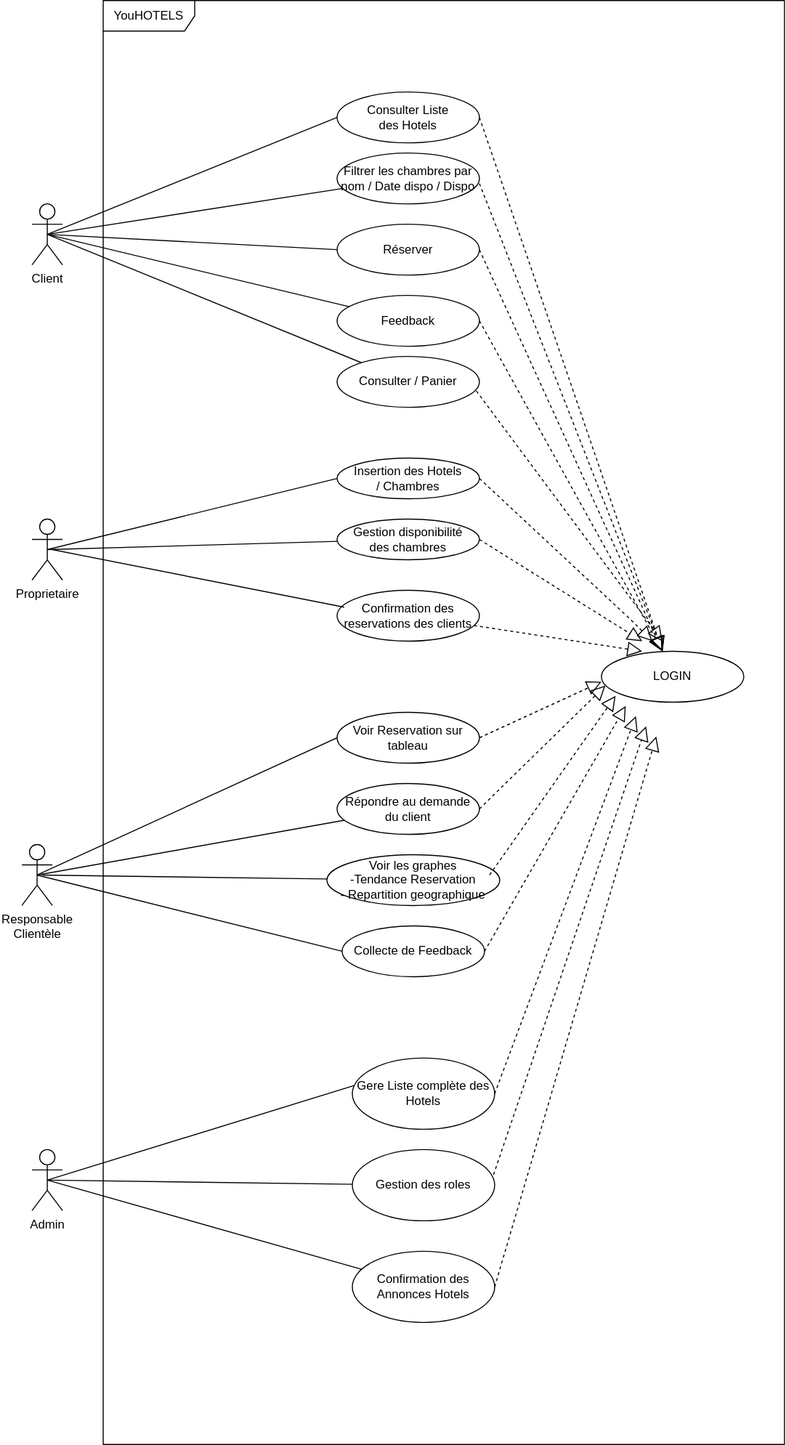
AllaouiJihad/youbooking keeps this draw.io diagram as conception/USECASE.drawio.svg. Above is the earlier version. Source tidied: cells renumbered, new cells last; positions are measured from the earlier drawing's top-left corner, leaving out a move shared by most shapes. The source it was exported from:
```xml
<mxGraphModel>
  <root>
    <mxCell id="0" />
    <mxCell id="1" parent="0" />
    <mxCell id="2" value="YouHOTELS" style="shape=umlFrame;whiteSpace=wrap;html=1;width=90;height=30;" parent="1" vertex="1">
      <mxGeometry x="80" width="670" height="1420" as="geometry" />
    </mxCell>
    <mxCell id="3" value="Client" style="shape=umlActor;verticalLabelPosition=bottom;verticalAlign=top;html=1;" parent="1" vertex="1">
      <mxGeometry x="10" y="200" width="30" height="60" as="geometry" />
    </mxCell>
    <mxCell id="4" value="Consulter Liste&lt;br&gt;des Hotels" style="ellipse;whiteSpace=wrap;html=1;" parent="1" vertex="1">
      <mxGeometry x="310" y="90" width="140" height="50" as="geometry" />
    </mxCell>
    <mxCell id="5" value="Filtrer les chambres par nom / Date dispo / Dispo" style="ellipse;whiteSpace=wrap;html=1;" parent="1" vertex="1">
      <mxGeometry x="310" y="150" width="140" height="50" as="geometry" />
    </mxCell>
    <mxCell id="6" value="Réserver" style="ellipse;whiteSpace=wrap;html=1;" parent="1" vertex="1">
      <mxGeometry x="310" y="220" width="140" height="50" as="geometry" />
    </mxCell>
    <mxCell id="7" value="Feedback" style="ellipse;whiteSpace=wrap;html=1;" parent="1" vertex="1">
      <mxGeometry x="310" y="290" width="140" height="50" as="geometry" />
    </mxCell>
    <mxCell id="8" value="Consulter / Panier" style="ellipse;whiteSpace=wrap;html=1;" parent="1" vertex="1">
      <mxGeometry x="310" y="350" width="140" height="50" as="geometry" />
    </mxCell>
    <mxCell id="9" value="LOGIN" style="ellipse;whiteSpace=wrap;html=1;" parent="1" vertex="1">
      <mxGeometry x="570" y="640" width="140" height="50" as="geometry" />
    </mxCell>
    <mxCell id="10" value="Proprietaire" style="shape=umlActor;verticalLabelPosition=bottom;verticalAlign=top;html=1;" parent="1" vertex="1">
      <mxGeometry x="10" y="510" width="30" height="60" as="geometry" />
    </mxCell>
    <mxCell id="11" value="Insertion des Hotels&lt;br&gt;/ Chambres" style="ellipse;whiteSpace=wrap;html=1;" parent="1" vertex="1">
      <mxGeometry x="310" y="450" width="140" height="40" as="geometry" />
    </mxCell>
    <mxCell id="12" value="Gestion disponibilité&lt;br&gt;des chambres" style="ellipse;whiteSpace=wrap;html=1;" parent="1" vertex="1">
      <mxGeometry x="310" y="510" width="140" height="40" as="geometry" />
    </mxCell>
    <mxCell id="13" value="Confirmation des reservations des clients" style="ellipse;whiteSpace=wrap;html=1;" parent="1" vertex="1">
      <mxGeometry x="310" y="580" width="140" height="50" as="geometry" />
    </mxCell>
    <mxCell id="14" value="Voir Reservation sur tableau" style="ellipse;whiteSpace=wrap;html=1;" parent="1" vertex="1">
      <mxGeometry x="310" y="700" width="140" height="50" as="geometry" />
    </mxCell>
    <mxCell id="15" value="Répondre au demande du client" style="ellipse;whiteSpace=wrap;html=1;" parent="1" vertex="1">
      <mxGeometry x="310" y="770" width="140" height="50" as="geometry" />
    </mxCell>
    <mxCell id="16" value="Responsable&amp;nbsp;&lt;br&gt;Clientèle" style="shape=umlActor;verticalLabelPosition=bottom;verticalAlign=top;html=1;" parent="1" vertex="1">
      <mxGeometry y="830" width="30" height="60" as="geometry" />
    </mxCell>
    <mxCell id="17" value="Voir les graphes&lt;br&gt;-Tendance Reservation&lt;br&gt;- Repartition geographique" style="ellipse;whiteSpace=wrap;html=1;" parent="1" vertex="1">
      <mxGeometry x="300" y="840" width="170" height="50" as="geometry" />
    </mxCell>
    <mxCell id="18" value="Collecte de Feedback" style="ellipse;whiteSpace=wrap;html=1;" parent="1" vertex="1">
      <mxGeometry x="315" y="910" width="140" height="50" as="geometry" />
    </mxCell>
    <mxCell id="19" value="Admin" style="shape=umlActor;verticalLabelPosition=bottom;verticalAlign=top;html=1;" parent="1" vertex="1">
      <mxGeometry x="10" y="1130" width="30" height="60" as="geometry" />
    </mxCell>
    <mxCell id="20" value="Gere Liste complète des Hotels" style="ellipse;whiteSpace=wrap;html=1;" parent="1" vertex="1">
      <mxGeometry x="325" y="1040" width="140" height="70" as="geometry" />
    </mxCell>
    <mxCell id="21" value="Gestion des roles" style="ellipse;whiteSpace=wrap;html=1;" parent="1" vertex="1">
      <mxGeometry x="325" y="1130" width="140" height="70" as="geometry" />
    </mxCell>
    <mxCell id="22" value="Confirmation des Annonces Hotels" style="ellipse;whiteSpace=wrap;html=1;" parent="1" vertex="1">
      <mxGeometry x="325" y="1230" width="140" height="70" as="geometry" />
    </mxCell>
    <mxCell id="23" style="endArrow=none;html=1;exitX=0.5;exitY=0.5;exitDx=0;exitDy=0;exitPerimeter=0;entryX=0.01;entryY=0.388;entryDx=0;entryDy=0;entryPerimeter=0;" parent="1" edge="1" source="19" target="20">
      <mxGeometry relative="1" as="geometry" />
    </mxCell>
    <mxCell id="24" style="endArrow=none;html=1;exitX=0.5;exitY=0.5;exitDx=0;exitDy=0;exitPerimeter=0;" parent="1" edge="1" source="19" target="21">
      <mxGeometry relative="1" as="geometry" />
    </mxCell>
    <mxCell id="25" style="endArrow=none;html=1;exitX=0.5;exitY=0.5;exitDx=0;exitDy=0;exitPerimeter=0;" parent="1" edge="1" source="19" target="22">
      <mxGeometry relative="1" as="geometry" />
    </mxCell>
    <mxCell id="26" style="endArrow=none;html=1;exitX=0.5;exitY=0.5;exitDx=0;exitDy=0;exitPerimeter=0;entryX=0;entryY=0.5;entryDx=0;entryDy=0;" parent="1" edge="1" source="16" target="14">
      <mxGeometry relative="1" as="geometry" />
    </mxCell>
    <mxCell id="27" style="endArrow=none;html=1;exitX=0.5;exitY=0.5;exitDx=0;exitDy=0;exitPerimeter=0;" parent="1" edge="1" source="16" target="15">
      <mxGeometry relative="1" as="geometry" />
    </mxCell>
    <mxCell id="28" style="endArrow=none;html=1;" parent="1" edge="1" target="17">
      <mxGeometry relative="1" as="geometry">
        <mxPoint x="20" y="860" as="sourcePoint" />
      </mxGeometry>
    </mxCell>
    <mxCell id="29" style="endArrow=none;html=1;entryX=0;entryY=0.5;entryDx=0;entryDy=0;exitX=0.5;exitY=0.5;exitDx=0;exitDy=0;exitPerimeter=0;" parent="1" edge="1" source="16" target="18">
      <mxGeometry relative="1" as="geometry" />
    </mxCell>
    <mxCell id="30" style="endArrow=none;html=1;entryX=0;entryY=0.5;entryDx=0;entryDy=0;exitX=0.5;exitY=0.5;exitDx=0;exitDy=0;exitPerimeter=0;" parent="1" edge="1" source="10" target="11">
      <mxGeometry relative="1" as="geometry" />
    </mxCell>
    <mxCell id="31" style="endArrow=none;html=1;exitX=0.5;exitY=0.5;exitDx=0;exitDy=0;exitPerimeter=0;" parent="1" edge="1" source="10" target="12">
      <mxGeometry relative="1" as="geometry" />
    </mxCell>
    <mxCell id="32" style="endArrow=none;html=1;entryX=0.05;entryY=0.332;entryDx=0;entryDy=0;entryPerimeter=0;" parent="1" edge="1" target="13">
      <mxGeometry relative="1" as="geometry">
        <mxPoint x="30" y="540" as="sourcePoint" />
      </mxGeometry>
    </mxCell>
    <mxCell id="33" style="endArrow=none;html=1;entryX=0;entryY=0.5;entryDx=0;entryDy=0;exitX=0.5;exitY=0.5;exitDx=0;exitDy=0;exitPerimeter=0;" parent="1" edge="1" source="3" target="4">
      <mxGeometry relative="1" as="geometry" />
    </mxCell>
    <mxCell id="34" style="endArrow=none;html=1;exitX=0.5;exitY=0.5;exitDx=0;exitDy=0;exitPerimeter=0;" parent="1" edge="1" source="3" target="5">
      <mxGeometry relative="1" as="geometry" />
    </mxCell>
    <mxCell id="35" style="endArrow=none;html=1;exitX=0.5;exitY=0.5;exitDx=0;exitDy=0;exitPerimeter=0;entryX=0;entryY=0.5;entryDx=0;entryDy=0;" parent="1" edge="1" source="3" target="6">
      <mxGeometry relative="1" as="geometry" />
    </mxCell>
    <mxCell id="36" style="endArrow=none;html=1;exitX=0.5;exitY=0.5;exitDx=0;exitDy=0;exitPerimeter=0;" parent="1" edge="1" source="3" target="7">
      <mxGeometry relative="1" as="geometry" />
    </mxCell>
    <mxCell id="37" style="endArrow=none;html=1;exitX=0.5;exitY=0.5;exitDx=0;exitDy=0;exitPerimeter=0;" parent="1" edge="1" source="3" target="8">
      <mxGeometry relative="1" as="geometry" />
    </mxCell>
    <mxCell id="38" style="endArrow=block;dashed=1;endFill=0;endSize=12;html=1;exitX=1;exitY=0.5;exitDx=0;exitDy=0;entryX=0.429;entryY=0;entryDx=0;entryDy=0;entryPerimeter=0;" parent="1" edge="1" source="4" target="9">
      <mxGeometry relative="1" as="geometry" />
    </mxCell>
    <mxCell id="39" style="endArrow=block;dashed=1;endFill=0;endSize=12;html=1;exitX=1;exitY=0.5;exitDx=0;exitDy=0;" parent="1" edge="1" target="9">
      <mxGeometry relative="1" as="geometry">
        <mxPoint x="450" y="180" as="sourcePoint" />
      </mxGeometry>
    </mxCell>
    <mxCell id="40" style="endArrow=block;dashed=1;endFill=0;endSize=12;html=1;exitX=1;exitY=0.5;exitDx=0;exitDy=0;" parent="1" edge="1" source="6">
      <mxGeometry relative="1" as="geometry">
        <mxPoint x="630" y="640" as="targetPoint" />
      </mxGeometry>
    </mxCell>
    <mxCell id="41" style="endArrow=block;dashed=1;endFill=0;endSize=12;html=1;exitX=1;exitY=0.5;exitDx=0;exitDy=0;" parent="1" edge="1" source="7">
      <mxGeometry relative="1" as="geometry">
        <mxPoint x="630" y="640" as="targetPoint" />
      </mxGeometry>
    </mxCell>
    <mxCell id="42" style="endArrow=block;dashed=1;endFill=0;endSize=12;html=1;" parent="1" edge="1">
      <mxGeometry relative="1" as="geometry">
        <mxPoint x="447" y="384" as="sourcePoint" />
        <mxPoint x="630" y="630" as="targetPoint" />
      </mxGeometry>
    </mxCell>
    <mxCell id="43" style="endArrow=block;dashed=1;endFill=0;endSize=12;html=1;exitX=1;exitY=0.5;exitDx=0;exitDy=0;" parent="1" edge="1" source="11">
      <mxGeometry relative="1" as="geometry">
        <mxPoint x="620" y="630" as="targetPoint" />
        <Array as="points">
          <mxPoint x="600" y="610" />
        </Array>
      </mxGeometry>
    </mxCell>
    <mxCell id="44" style="endArrow=block;dashed=1;endFill=0;endSize=12;html=1;exitX=1;exitY=0.5;exitDx=0;exitDy=0;" parent="1" edge="1">
      <mxGeometry relative="1" as="geometry">
        <mxPoint x="450" y="530" as="sourcePoint" />
        <mxPoint x="610" y="630" as="targetPoint" />
      </mxGeometry>
    </mxCell>
    <mxCell id="45" style="endArrow=block;dashed=1;endFill=0;endSize=12;html=1;" parent="1" edge="1" source="13">
      <mxGeometry relative="1" as="geometry">
        <mxPoint x="610" y="640" as="targetPoint" />
      </mxGeometry>
    </mxCell>
    <mxCell id="46" style="endArrow=block;dashed=1;endFill=0;endSize=12;html=1;exitX=1;exitY=0.5;exitDx=0;exitDy=0;entryX=0;entryY=0.6;entryDx=0;entryDy=0;entryPerimeter=0;" parent="1" edge="1" source="14" target="9">
      <mxGeometry relative="1" as="geometry" />
    </mxCell>
    <mxCell id="47" style="endArrow=block;dashed=1;endFill=0;endSize=12;html=1;exitX=1;exitY=0.5;exitDx=0;exitDy=0;entryX=0.028;entryY=0.675;entryDx=0;entryDy=0;entryPerimeter=0;" parent="1" edge="1" source="15" target="9">
      <mxGeometry relative="1" as="geometry" />
    </mxCell>
    <mxCell id="48" style="endArrow=block;dashed=1;endFill=0;endSize=12;html=1;exitX=0.941;exitY=0.4;exitDx=0;exitDy=0;entryX=0.028;entryY=0.675;entryDx=0;entryDy=0;entryPerimeter=0;exitPerimeter=0;" parent="1" edge="1" source="17">
      <mxGeometry relative="1" as="geometry">
        <mxPoint x="583.9" y="683.8" as="targetPoint" />
      </mxGeometry>
    </mxCell>
    <mxCell id="49" style="endArrow=block;dashed=1;endFill=0;endSize=12;html=1;exitX=1;exitY=0.5;exitDx=0;exitDy=0;entryX=0.028;entryY=0.675;entryDx=0;entryDy=0;entryPerimeter=0;" parent="1" edge="1" source="18">
      <mxGeometry relative="1" as="geometry">
        <mxPoint x="593.9" y="693.8" as="targetPoint" />
      </mxGeometry>
    </mxCell>
    <mxCell id="50" style="endArrow=block;dashed=1;endFill=0;endSize=12;html=1;exitX=1;exitY=0.5;exitDx=0;exitDy=0;entryX=0.028;entryY=0.675;entryDx=0;entryDy=0;entryPerimeter=0;" parent="1" edge="1" source="20">
      <mxGeometry relative="1" as="geometry">
        <mxPoint x="603.9" y="703.8" as="targetPoint" />
      </mxGeometry>
    </mxCell>
    <mxCell id="51" style="endArrow=block;dashed=1;endFill=0;endSize=12;html=1;exitX=0.992;exitY=0.353;exitDx=0;exitDy=0;entryX=0.028;entryY=0.675;entryDx=0;entryDy=0;entryPerimeter=0;exitPerimeter=0;" parent="1" edge="1" source="21">
      <mxGeometry relative="1" as="geometry">
        <mxPoint x="613.9" y="713.8" as="targetPoint" />
      </mxGeometry>
    </mxCell>
    <mxCell id="52" style="endArrow=block;dashed=1;endFill=0;endSize=12;html=1;exitX=1;exitY=0.5;exitDx=0;exitDy=0;entryX=0.028;entryY=0.675;entryDx=0;entryDy=0;entryPerimeter=0;" parent="1" edge="1" source="22">
      <mxGeometry relative="1" as="geometry">
        <mxPoint x="623.9" y="723.8" as="targetPoint" />
      </mxGeometry>
    </mxCell>
  </root>
</mxGraphModel>
```
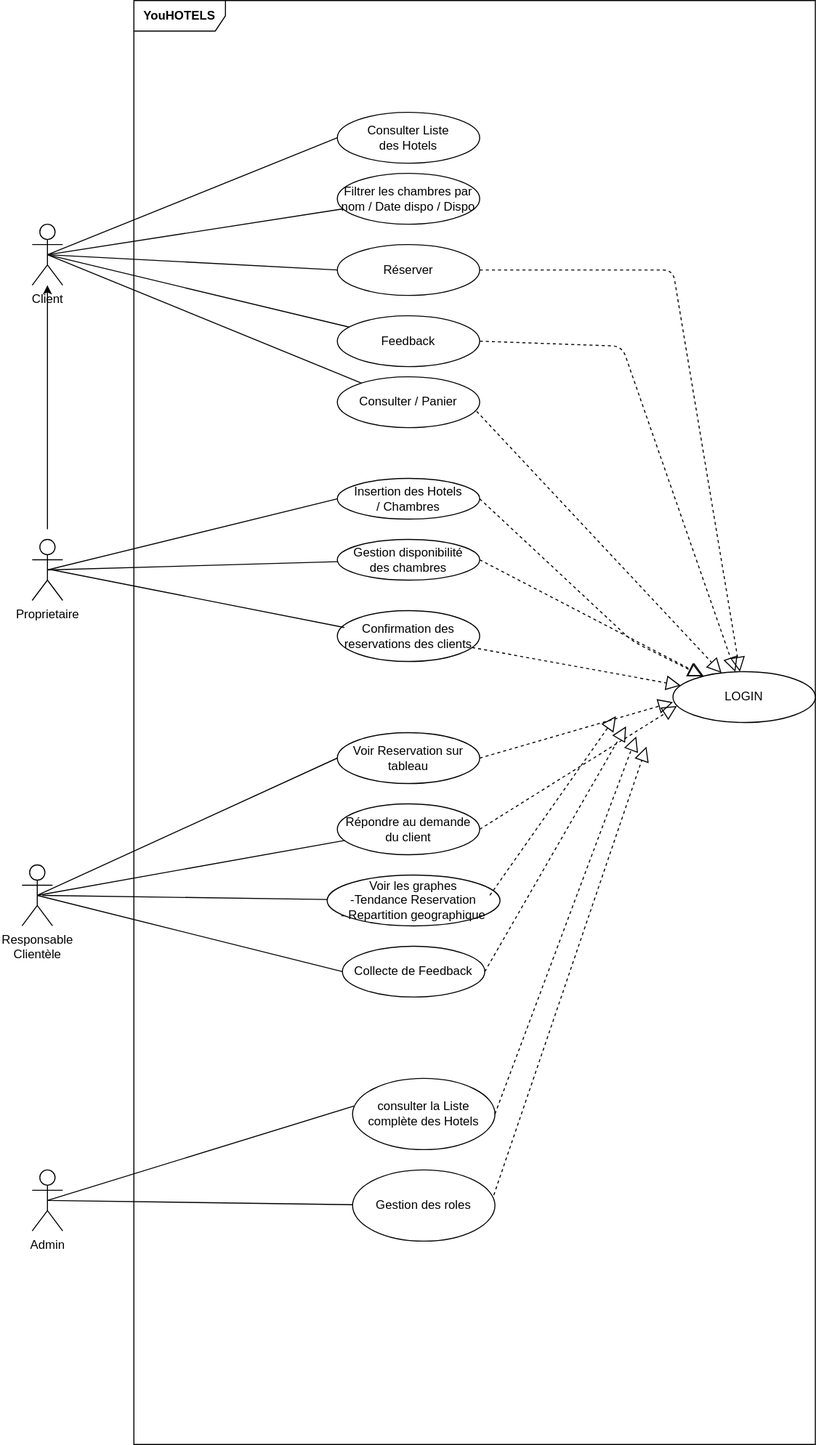
After the change.

Diff of the diagram source:
```diff
@@ -2,8 +2,8 @@
   <root>
     <mxCell id="0" />
     <mxCell id="1" parent="0" />
-    <mxCell id="2" value="YouHOTELS" style="shape=umlFrame;whiteSpace=wrap;html=1;width=90;height=30;" parent="1" vertex="1">
-      <mxGeometry x="80" width="670" height="1420" as="geometry" />
+    <mxCell id="2" value="YouHOTELS" style="shape=umlFrame;whiteSpace=wrap;html=1;width=90;height=30;fontStyle=1;" parent="1" vertex="1">
+      <mxGeometry x="110" y="-20" width="670" height="1420" as="geometry" />
     </mxCell>
     <mxCell id="3" value="Client" style="shape=umlActor;verticalLabelPosition=bottom;verticalAlign=top;html=1;" parent="1" vertex="1">
       <mxGeometry x="10" y="200" width="30" height="60" as="geometry" />
@@ -24,7 +24,7 @@
       <mxGeometry x="310" y="350" width="140" height="50" as="geometry" />
     </mxCell>
     <mxCell id="9" value="LOGIN" style="ellipse;whiteSpace=wrap;html=1;" parent="1" vertex="1">
-      <mxGeometry x="570" y="640" width="140" height="50" as="geometry" />
+      <mxGeometry x="640" y="640" width="140" height="50" as="geometry" />
     </mxCell>
     <mxCell id="10" value="Proprietaire" style="shape=umlActor;verticalLabelPosition=bottom;verticalAlign=top;html=1;" parent="1" vertex="1">
       <mxGeometry x="10" y="510" width="30" height="60" as="geometry" />
@@ -56,24 +56,18 @@
     <mxCell id="19" value="Admin" style="shape=umlActor;verticalLabelPosition=bottom;verticalAlign=top;html=1;" parent="1" vertex="1">
       <mxGeometry x="10" y="1130" width="30" height="60" as="geometry" />
     </mxCell>
-    <mxCell id="20" value="Gere Liste complète des Hotels" style="ellipse;whiteSpace=wrap;html=1;" parent="1" vertex="1">
+    <mxCell id="20" value="consulter la Liste complète des Hotels" style="ellipse;whiteSpace=wrap;html=1;" parent="1" vertex="1">
       <mxGeometry x="325" y="1040" width="140" height="70" as="geometry" />
     </mxCell>
     <mxCell id="21" value="Gestion des roles" style="ellipse;whiteSpace=wrap;html=1;" parent="1" vertex="1">
       <mxGeometry x="325" y="1130" width="140" height="70" as="geometry" />
     </mxCell>
-    <mxCell id="22" value="Confirmation des Annonces Hotels" style="ellipse;whiteSpace=wrap;html=1;" parent="1" vertex="1">
-      <mxGeometry x="325" y="1230" width="140" height="70" as="geometry" />
-    </mxCell>
     <mxCell id="23" style="endArrow=none;html=1;exitX=0.5;exitY=0.5;exitDx=0;exitDy=0;exitPerimeter=0;entryX=0.01;entryY=0.388;entryDx=0;entryDy=0;entryPerimeter=0;" parent="1" edge="1" source="19" target="20">
       <mxGeometry relative="1" as="geometry" />
     </mxCell>
     <mxCell id="24" style="endArrow=none;html=1;exitX=0.5;exitY=0.5;exitDx=0;exitDy=0;exitPerimeter=0;" parent="1" edge="1" source="19" target="21">
       <mxGeometry relative="1" as="geometry" />
     </mxCell>
-    <mxCell id="25" style="endArrow=none;html=1;exitX=0.5;exitY=0.5;exitDx=0;exitDy=0;exitPerimeter=0;" parent="1" edge="1" source="19" target="22">
-      <mxGeometry relative="1" as="geometry" />
-    </mxCell>
     <mxCell id="26" style="endArrow=none;html=1;exitX=0.5;exitY=0.5;exitDx=0;exitDy=0;exitPerimeter=0;entryX=0;entryY=0.5;entryDx=0;entryDy=0;" parent="1" edge="1" source="16" target="14">
       <mxGeometry relative="1" as="geometry" />
     </mxCell>
@@ -114,48 +108,39 @@
     <mxCell id="37" style="endArrow=none;html=1;exitX=0.5;exitY=0.5;exitDx=0;exitDy=0;exitPerimeter=0;" parent="1" edge="1" source="3" target="8">
       <mxGeometry relative="1" as="geometry" />
     </mxCell>
-    <mxCell id="38" style="endArrow=block;dashed=1;endFill=0;endSize=12;html=1;exitX=1;exitY=0.5;exitDx=0;exitDy=0;entryX=0.429;entryY=0;entryDx=0;entryDy=0;entryPerimeter=0;" parent="1" edge="1" source="4" target="9">
-      <mxGeometry relative="1" as="geometry" />
-    </mxCell>
-    <mxCell id="39" style="endArrow=block;dashed=1;endFill=0;endSize=12;html=1;exitX=1;exitY=0.5;exitDx=0;exitDy=0;" parent="1" edge="1" target="9">
-      <mxGeometry relative="1" as="geometry">
-        <mxPoint x="450" y="180" as="sourcePoint" />
-      </mxGeometry>
-    </mxCell>
-    <mxCell id="40" style="endArrow=block;dashed=1;endFill=0;endSize=12;html=1;exitX=1;exitY=0.5;exitDx=0;exitDy=0;" parent="1" edge="1" source="6">
+    <mxCell id="40" style="endArrow=block;dashed=1;endFill=0;endSize=12;html=1;exitX=1;exitY=0.5;exitDx=0;exitDy=0;" parent="1" edge="1" source="6" target="9">
       <mxGeometry relative="1" as="geometry">
-        <mxPoint x="630" y="640" as="targetPoint" />
+        <Array as="points">
+          <mxPoint x="640" y="245" />
+        </Array>
       </mxGeometry>
     </mxCell>
-    <mxCell id="41" style="endArrow=block;dashed=1;endFill=0;endSize=12;html=1;exitX=1;exitY=0.5;exitDx=0;exitDy=0;" parent="1" edge="1" source="7">
+    <mxCell id="41" style="endArrow=block;dashed=1;endFill=0;endSize=12;html=1;exitX=1;exitY=0.5;exitDx=0;exitDy=0;" parent="1" edge="1" source="7" target="9">
       <mxGeometry relative="1" as="geometry">
-        <mxPoint x="630" y="640" as="targetPoint" />
+        <Array as="points">
+          <mxPoint x="590" y="320" />
+        </Array>
       </mxGeometry>
     </mxCell>
-    <mxCell id="42" style="endArrow=block;dashed=1;endFill=0;endSize=12;html=1;" parent="1" edge="1">
+    <mxCell id="42" style="endArrow=block;dashed=1;endFill=0;endSize=12;html=1;" parent="1" edge="1" target="9">
       <mxGeometry relative="1" as="geometry">
         <mxPoint x="447" y="384" as="sourcePoint" />
-        <mxPoint x="630" y="630" as="targetPoint" />
       </mxGeometry>
     </mxCell>
-    <mxCell id="43" style="endArrow=block;dashed=1;endFill=0;endSize=12;html=1;exitX=1;exitY=0.5;exitDx=0;exitDy=0;" parent="1" edge="1" source="11">
+    <mxCell id="43" style="endArrow=block;dashed=1;endFill=0;endSize=12;html=1;exitX=1;exitY=0.5;exitDx=0;exitDy=0;" parent="1" edge="1" source="11" target="9">
       <mxGeometry relative="1" as="geometry">
-        <mxPoint x="620" y="630" as="targetPoint" />
         <Array as="points">
           <mxPoint x="600" y="610" />
         </Array>
       </mxGeometry>
     </mxCell>
-    <mxCell id="44" style="endArrow=block;dashed=1;endFill=0;endSize=12;html=1;exitX=1;exitY=0.5;exitDx=0;exitDy=0;" parent="1" edge="1">
+    <mxCell id="44" style="endArrow=block;dashed=1;endFill=0;endSize=12;html=1;exitX=1;exitY=0.5;exitDx=0;exitDy=0;" parent="1" edge="1" target="9">
       <mxGeometry relative="1" as="geometry">
         <mxPoint x="450" y="530" as="sourcePoint" />
-        <mxPoint x="610" y="630" as="targetPoint" />
       </mxGeometry>
     </mxCell>
-    <mxCell id="45" style="endArrow=block;dashed=1;endFill=0;endSize=12;html=1;" parent="1" edge="1" source="13">
-      <mxGeometry relative="1" as="geometry">
-        <mxPoint x="610" y="640" as="targetPoint" />
-      </mxGeometry>
+    <mxCell id="45" style="endArrow=block;dashed=1;endFill=0;endSize=12;html=1;" parent="1" edge="1" source="13" target="9">
+      <mxGeometry relative="1" as="geometry" />
     </mxCell>
     <mxCell id="46" style="endArrow=block;dashed=1;endFill=0;endSize=12;html=1;exitX=1;exitY=0.5;exitDx=0;exitDy=0;entryX=0;entryY=0.6;entryDx=0;entryDy=0;entryPerimeter=0;" parent="1" edge="1" source="14" target="9">
       <mxGeometry relative="1" as="geometry" />
@@ -183,10 +168,10 @@
         <mxPoint x="613.9" y="713.8" as="targetPoint" />
       </mxGeometry>
     </mxCell>
-    <mxCell id="52" style="endArrow=block;dashed=1;endFill=0;endSize=12;html=1;exitX=1;exitY=0.5;exitDx=0;exitDy=0;entryX=0.028;entryY=0.675;entryDx=0;entryDy=0;entryPerimeter=0;" parent="1" edge="1" source="22">
-      <mxGeometry relative="1" as="geometry">
-        <mxPoint x="623.9" y="723.8" as="targetPoint" />
-      </mxGeometry>
-    </mxCell>
+    <mxCell id="53" style="endArrow=classic;html=1;" parent="1" edge="1" target="3">
+      <mxGeometry relative="1" as="geometry">
+        <mxPoint x="25" y="500" as="sourcePoint" />
+      </mxGeometry>
+    </mxCell>
   </root>
 </mxGraphModel>
```
